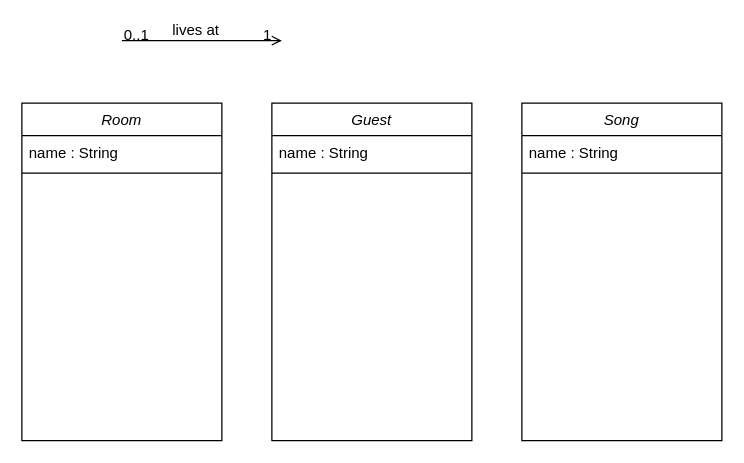
This is ClassDiagram.drawio from Michalju/week2_day5_homework, a draw.io file, before an edit. Source tidied: cells renumbered, new cells numbered last; positions are measured from the earlier drawing's top-left corner, leaving out a move shared by most shapes. Both pictures are drawn from the tidied source at 125%, with x=0, y=0 at pixel (21, 40).
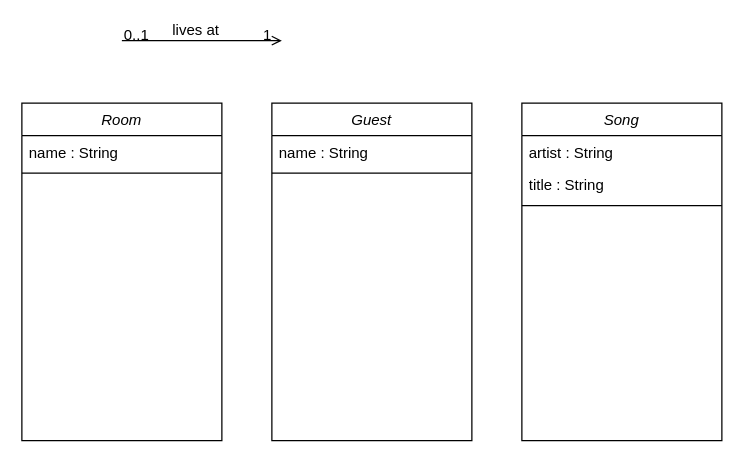
Above is the later version.

Commit message (it also covers changes not shown here):
added Guest and Song Class

The edit, as a diff of the source:
```diff
@@
 <mxGraphModel>
   <root>
     <mxCell id="0" />
     <mxCell id="1" parent="0" />
     <mxCell id="2" value="Room" style="swimlane;fontStyle=2;align=center;verticalAlign=top;horizontal=1;startSize=26;rounded=0;shadow=0;strokeWidth=1;" parent="1" vertex="1">
       <mxGeometry y="50" width="160" height="270" as="geometry" />
     </mxCell>
     <mxCell id="3" value="name : String" style="text;align=left;verticalAlign=top;spacingLeft=4;spacingRight=4;overflow=hidden;" parent="2" vertex="1">
       <mxGeometry y="26" width="160" height="26" as="geometry" />
     </mxCell>
     <mxCell id="4" style="line;html=1;strokeWidth=1;align=left;verticalAlign=middle;spacingTop=-1;spacingLeft=3;spacingRight=3;labelPosition=right;" parent="2" vertex="1">
       <mxGeometry y="52" width="160" height="8" as="geometry" />
     </mxCell>
     <mxCell id="5" style="endArrow=open;shadow=0;strokeWidth=1;rounded=0;endFill=1;edgeStyle=elbowEdgeStyle;elbow=vertical;" parent="1" edge="1">
       <mxGeometry x="0.5" y="41" relative="1" as="geometry">
         <mxPoint x="80" as="sourcePoint" />
         <mxPoint x="208" as="targetPoint" />
         <mxPoint x="-40" y="32" as="offset" />
       </mxGeometry>
     </mxCell>
     <mxCell id="6" value="0..1" style="align=left;verticalAlign=bottom;labelBackgroundColor=none;fontSize=12;" parent="5" vertex="1">
       <mxGeometry x="-1" relative="1" as="geometry">
         <mxPoint y="4" as="offset" />
       </mxGeometry>
     </mxCell>
     <mxCell id="7" value="1" style="align=right;verticalAlign=bottom;labelBackgroundColor=none;fontSize=12;" parent="5" vertex="1">
       <mxGeometry x="1" relative="1" as="geometry">
         <mxPoint x="-7" y="4" as="offset" />
       </mxGeometry>
     </mxCell>
     <mxCell id="8" value="lives at" style="text;html=1;align=center;verticalAlign=middle;labelBackgroundColor=none;rounded=0;shadow=0;strokeWidth=1;fontSize=12;" parent="5" vertex="1">
       <mxGeometry x="0.5" y="49" relative="1" as="geometry">
         <mxPoint x="-38" y="40" as="offset" />
       </mxGeometry>
     </mxCell>
     <mxCell id="9" value="Guest" style="swimlane;fontStyle=2;align=center;verticalAlign=top;horizontal=1;startSize=26;rounded=0;shadow=0;strokeWidth=1;" parent="1" vertex="1">
       <mxGeometry x="200" y="50" width="160" height="270" as="geometry" />
     </mxCell>
     <mxCell id="10" value="name : String" style="text;align=left;verticalAlign=top;spacingLeft=4;spacingRight=4;overflow=hidden;" parent="9" vertex="1">
       <mxGeometry y="26" width="160" height="26" as="geometry" />
     </mxCell>
     <mxCell id="11" style="line;html=1;strokeWidth=1;align=left;verticalAlign=middle;spacingTop=-1;spacingLeft=3;spacingRight=3;labelPosition=right;" parent="9" vertex="1">
       <mxGeometry y="52" width="160" height="8" as="geometry" />
     </mxCell>
     <mxCell id="12" value="Song" style="swimlane;fontStyle=2;align=center;verticalAlign=top;horizontal=1;startSize=26;rounded=0;shadow=0;strokeWidth=1;" parent="1" vertex="1">
       <mxGeometry x="400" y="50" width="160" height="270" as="geometry" />
     </mxCell>
-    <mxCell id="13" value="name : String" style="text;align=left;verticalAlign=top;spacingLeft=4;spacingRight=4;overflow=hidden;" parent="12" vertex="1">
+    <mxCell id="13" value="artist : String" style="text;align=left;verticalAlign=top;spacingLeft=4;spacingRight=4;overflow=hidden;" parent="12" vertex="1">
       <mxGeometry y="26" width="160" height="26" as="geometry" />
     </mxCell>
+    <mxCell id="15" value="title : String" style="text;align=left;verticalAlign=top;spacingLeft=4;spacingRight=4;overflow=hidden;" parent="12" vertex="1">
+      <mxGeometry y="52" width="160" height="26" as="geometry" />
+    </mxCell>
     <mxCell id="14" style="line;html=1;strokeWidth=1;align=left;verticalAlign=middle;spacingTop=-1;spacingLeft=3;spacingRight=3;labelPosition=right;" parent="12" vertex="1">
-      <mxGeometry y="52" width="160" height="8" as="geometry" />
+      <mxGeometry y="78" width="160" height="8" as="geometry" />
     </mxCell>
   </root>
 </mxGraphModel>
```
